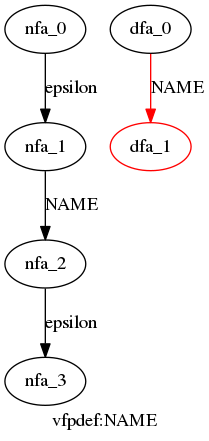
Earlier version of the Graphviz export cpython/grammar/handwrite/nfa_dfas/12.vfpdef.dot.png (WinChua/blog). Its source is kept beside it as cpython/grammar/handwrite/nfa_dfas/12.vfpdef.dot.
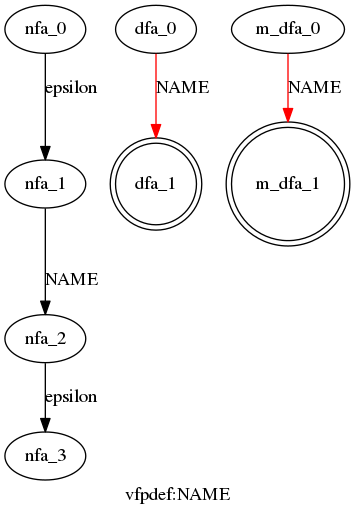
After the change.

What changed in the source:
```diff
@@ -7,6 +7,10 @@
   }
  subgraph vfpdef_dfa {
   dfa_0->dfa_1[label="NAME",color=red]
-  dfa_1[color=red]
+  dfa_1[shape=doublecircle]
+  }
+ subgraph vfpdef_m_dfa {
+  m_dfa_0->m_dfa_1[label="NAME",color=red]
+  m_dfa_1[shape=doublecircle]
   }
 }
```
